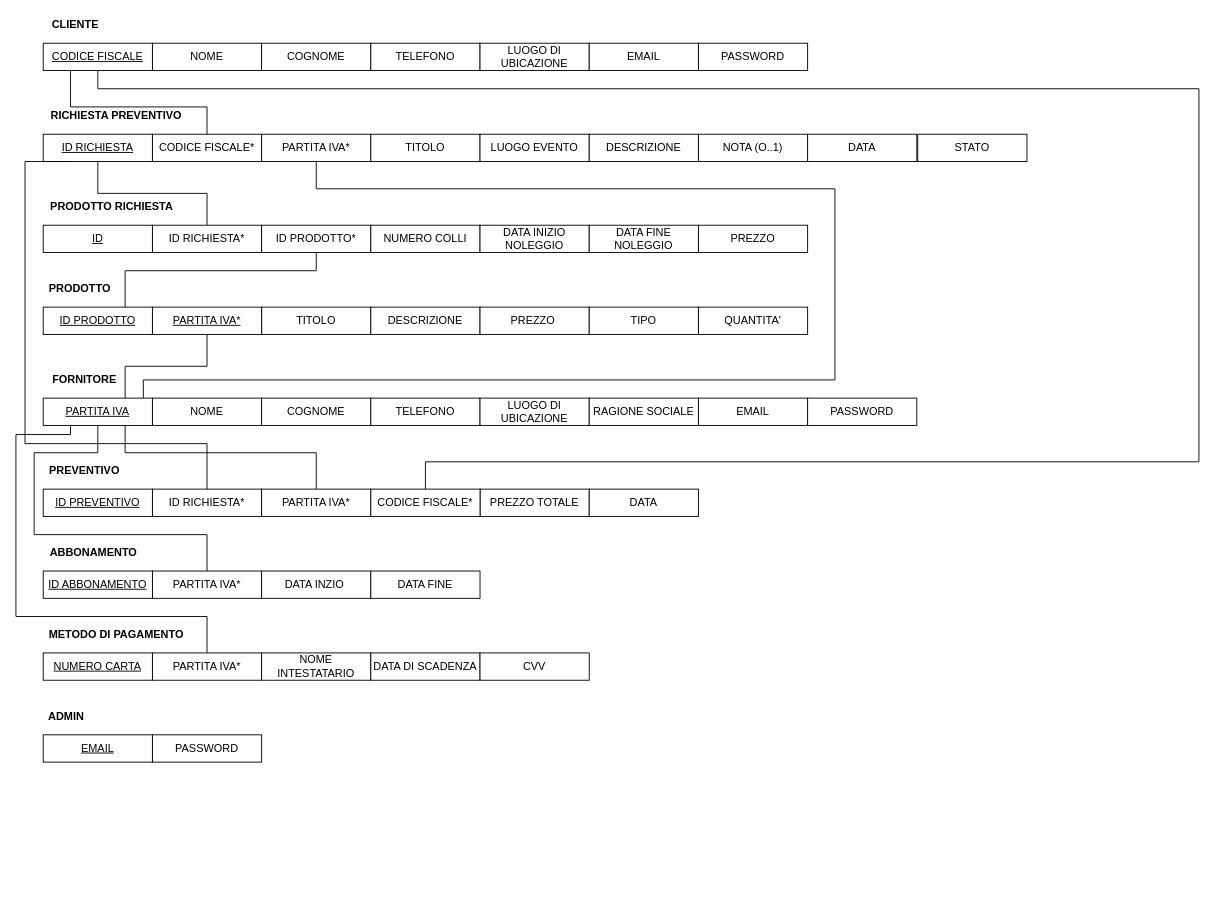
Above: Sorgenti/SDD/drawio/ForeignKey.drawio in gilbertrec/-C10-IS-2020-2021-EasyExpo (draw.io), before the change. Source tidied: cells renumbered, new cells numbered last; positions are measured from the earlier drawing's top-left corner, leaving out a move shared by most shapes. Both pictures are drawn from the tidied source at 91%, with x=0, y=0 at pixel (15, 15).
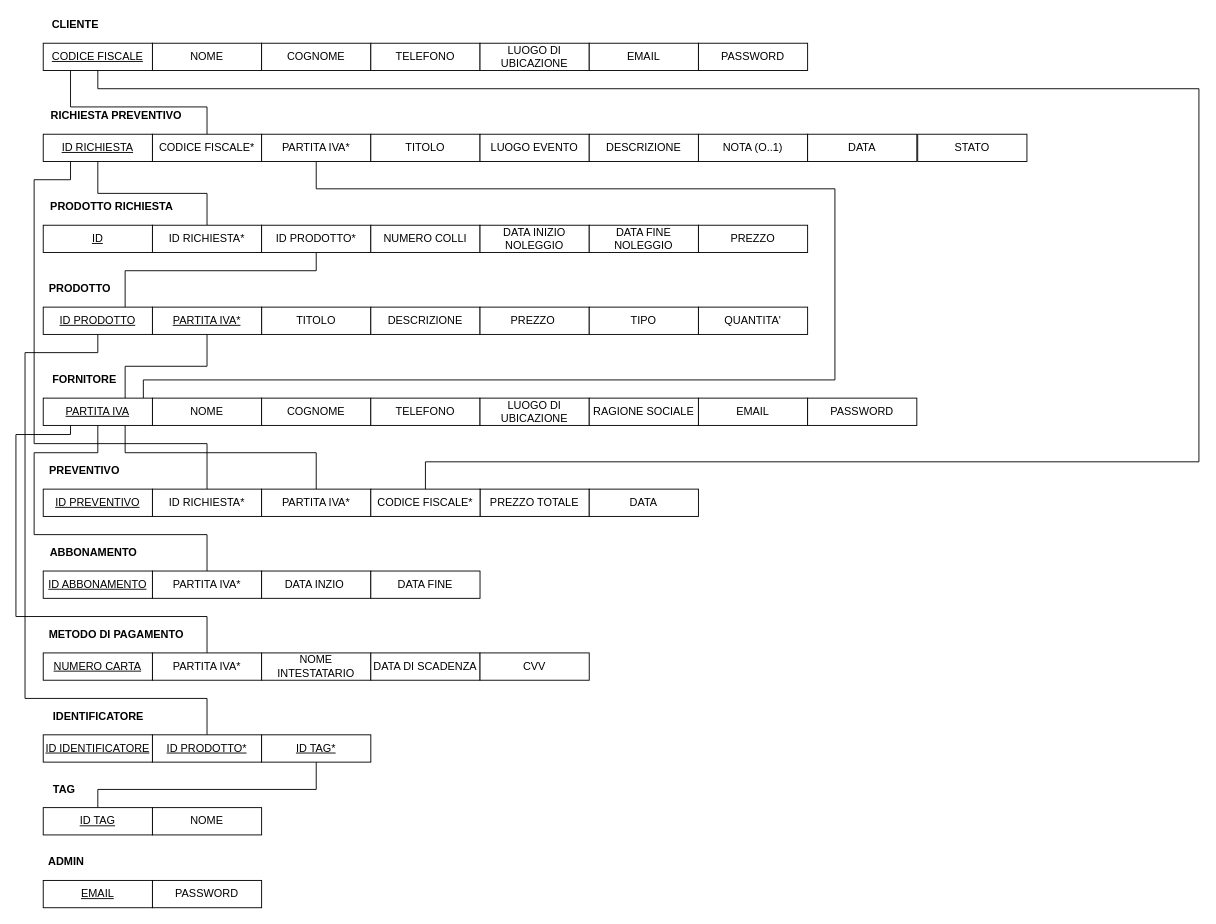
After the change.

Unchanged cells that the change refers to:
```xml
<mxCell id="10" value="ID RICHIESTA" style="rounded=0;whiteSpace=wrap;html=1;fontStyle=4;" parent="1" vertex="1">
  <mxGeometry x="30" y="130" width="120" height="30" as="geometry" />
</mxCell>
<mxCell id="30" value="ID PRODOTTO" style="rounded=0;whiteSpace=wrap;html=1;fontStyle=4;" parent="1" vertex="1">
  <mxGeometry x="30" y="320" width="120" height="30" as="geometry" />
</mxCell>
<mxCell id="48" value="ID RICHIESTA*" style="rounded=0;whiteSpace=wrap;html=1;" parent="1" vertex="1">
  <mxGeometry x="150" y="520" width="120" height="30" as="geometry" />
</mxCell>
```

What changed in the source:
```diff
@@
     <mxCell id="47" style="edgeStyle=orthogonalEdgeStyle;rounded=0;jettySize=auto;html=1;entryX=0.25;entryY=1;entryDx=0;entryDy=0;endArrow=none;endFill=0;" parent="1" edge="1" source="48" target="10">
       <mxGeometry relative="1" as="geometry">
         <Array as="points">
           <mxPoint x="210" y="470" />
-          <mxPoint x="10" y="470" />
-          <mxPoint x="10" y="160" />
+          <mxPoint x="20" y="470" />
+          <mxPoint x="20" y="180" />
+          <mxPoint x="60" y="180" />
         </Array>
       </mxGeometry>
     </mxCell>
@@
     <mxCell id="63" value="EMAIL" style="rounded=0;whiteSpace=wrap;html=1;fontStyle=4;" parent="1" vertex="1">
-      <mxGeometry x="30" y="790" width="120" height="30" as="geometry" />
+      <mxGeometry x="30" y="950" width="120" height="30" as="geometry" />
     </mxCell>
     <mxCell id="64" value="PASSWORD" style="rounded=0;whiteSpace=wrap;html=1;" parent="1" vertex="1">
-      <mxGeometry x="150" y="790" width="120" height="30" as="geometry" />
+      <mxGeometry x="150" y="950" width="120" height="30" as="geometry" />
     </mxCell>
     <mxCell id="65" value="ADMIN" style="text;html=1;align=center;verticalAlign=middle;fontStyle=1;" parent="1" vertex="1">
-      <mxGeometry x="30" y="760" width="50" height="20" as="geometry" />
+      <mxGeometry x="30" y="920" width="50" height="20" as="geometry" />
     </mxCell>
@@
+    <mxCell id="76" value="ID IDENTIFICATORE" style="rounded=0;whiteSpace=wrap;html=1;fontStyle=4;" parent="1" vertex="1">
+      <mxGeometry x="30" y="790" width="120" height="30" as="geometry" />
+    </mxCell>
+    <mxCell id="77" style="edgeStyle=orthogonalEdgeStyle;rounded=0;jettySize=auto;html=1;endArrow=none;endFill=0;" parent="1" edge="1" source="78" target="30">
+      <mxGeometry relative="1" as="geometry">
+        <Array as="points">
+          <mxPoint x="210" y="750" />
+          <mxPoint x="10" y="750" />
+          <mxPoint x="10" y="370" />
+          <mxPoint x="90" y="370" />
+        </Array>
+      </mxGeometry>
+    </mxCell>
+    <mxCell id="78" value="&lt;u&gt;ID PRODOTTO*&lt;/u&gt;" style="rounded=0;whiteSpace=wrap;html=1;" parent="1" vertex="1">
+      <mxGeometry x="150" y="790" width="120" height="30" as="geometry" />
+    </mxCell>
+    <mxCell id="79" value="&lt;u&gt;ID TAG*&lt;/u&gt;" style="rounded=0;whiteSpace=wrap;html=1;fontStyle=0;" parent="1" vertex="1">
+      <mxGeometry x="270" y="790" width="120" height="30" as="geometry" />
+    </mxCell>
+    <mxCell id="80" value="IDENTIFICATORE" style="text;html=1;align=left;verticalAlign=middle;fontStyle=1;" parent="1" vertex="1">
+      <mxGeometry x="39" y="760" width="120" height="20" as="geometry" />
+    </mxCell>
+    <mxCell id="81" style="edgeStyle=orthogonalEdgeStyle;rounded=0;jettySize=auto;html=1;endArrow=none;endFill=0;" parent="1" edge="1" source="82" target="79">
+      <mxGeometry relative="1" as="geometry">
+        <Array as="points">
+          <mxPoint x="90" y="850" />
+          <mxPoint x="330" y="850" />
+        </Array>
+      </mxGeometry>
+    </mxCell>
+    <mxCell id="82" value="ID TAG" style="rounded=0;whiteSpace=wrap;html=1;fontStyle=4;" parent="1" vertex="1">
+      <mxGeometry x="30" y="870" width="120" height="30" as="geometry" />
+    </mxCell>
+    <mxCell id="83" value="NOME" style="rounded=0;whiteSpace=wrap;html=1;" parent="1" vertex="1">
+      <mxGeometry x="150" y="870" width="120" height="30" as="geometry" />
+    </mxCell>
+    <mxCell id="84" value="TAG" style="text;html=1;align=left;verticalAlign=middle;fontStyle=1;" parent="1" vertex="1">
+      <mxGeometry x="39" y="840" width="40" height="20" as="geometry" />
+    </mxCell>
```
